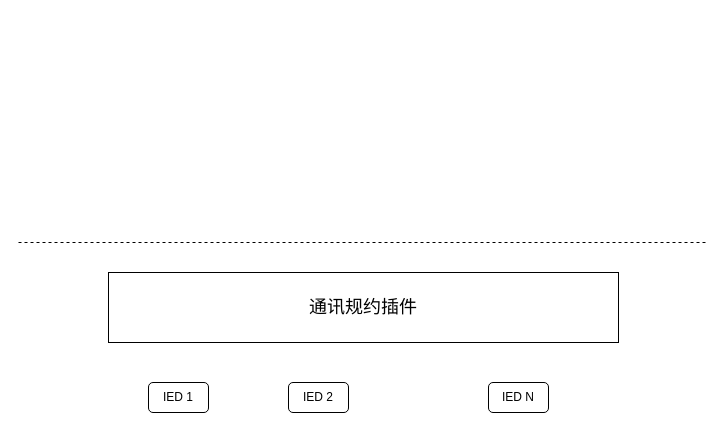
snake9906/GitHubTest keeps this draw.io diagram as 轻量化cbb.drawio. Above is the earlier version. Source tidied: cells renumbered, new cells numbered last; positions are measured from the earlier drawing's top-left corner, leaving out a move shared by most shapes. Both pictures are drawn from the tidied source at 100%, with x=0, y=0 at pixel (18, 242).
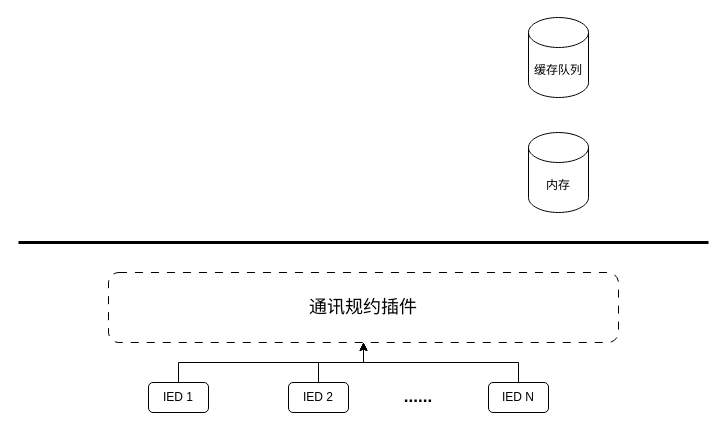
Above is the later version.

Commit message (it also covers changes not shown here):
更新轻量化cbb.drawio

Change to the diagram source:
```diff
@@
 <mxGraphModel>
   <root>
     <mxCell id="0" />
     <mxCell id="1" parent="0" />
-    <mxCell id="2" style="endArrow=none;dashed=1;html=1;rounded=0;" parent="1" edge="1">
+    <mxCell id="2" style="endArrow=none;html=1;rounded=0;strokeWidth=3;" parent="1" edge="1">
       <mxGeometry relative="1" as="geometry">
         <mxPoint as="sourcePoint" />
         <mxPoint x="690" as="targetPoint" />
       </mxGeometry>
     </mxCell>
-    <mxCell id="3" value="&lt;font style=&quot;font-size: 18px;&quot;&gt;通讯规约插件&lt;/font&gt;" style="rounded=0;whiteSpace=wrap;html=1;" parent="1" vertex="1">
+    <mxCell id="3" value="&lt;font style=&quot;font-size: 18px;&quot;&gt;通讯规约插件&lt;/font&gt;" style="rounded=1;whiteSpace=wrap;html=1;shadow=0;glass=0;dashed=1;dashPattern=8 8;" parent="1" vertex="1">
       <mxGeometry x="90" y="30" width="510" height="70" as="geometry" />
     </mxCell>
+    <mxCell id="7" style="edgeStyle=orthogonalEdgeStyle;rounded=0;jettySize=auto;html=1;" parent="1" edge="1" source="4" target="3">
+      <mxGeometry relative="1" as="geometry" />
+    </mxCell>
     <mxCell id="4" value="IED 1" style="rounded=1;whiteSpace=wrap;html=1;" parent="1" vertex="1">
       <mxGeometry x="130" y="140" width="60" height="30" as="geometry" />
     </mxCell>
+    <mxCell id="8" style="edgeStyle=orthogonalEdgeStyle;rounded=0;jettySize=auto;html=1;entryX=0.5;entryY=1;entryDx=0;entryDy=0;" parent="1" edge="1" source="5" target="3">
+      <mxGeometry relative="1" as="geometry" />
+    </mxCell>
     <mxCell id="5" value="IED 2" style="rounded=1;whiteSpace=wrap;html=1;" parent="1" vertex="1">
       <mxGeometry x="270" y="140" width="60" height="30" as="geometry" />
     </mxCell>
+    <mxCell id="9" style="edgeStyle=orthogonalEdgeStyle;rounded=0;jettySize=auto;html=1;entryX=0.5;entryY=1;entryDx=0;entryDy=0;" parent="1" edge="1" source="6" target="3">
+      <mxGeometry relative="1" as="geometry" />
+    </mxCell>
     <mxCell id="6" value="IED N" style="rounded=1;whiteSpace=wrap;html=1;" parent="1" vertex="1">
       <mxGeometry x="470" y="140" width="60" height="30" as="geometry" />
     </mxCell>
+    <mxCell id="10" value="&lt;font style=&quot;font-size: 17px;&quot;&gt;&lt;b&gt;......&lt;/b&gt;&lt;/font&gt;" style="text;html=1;align=center;verticalAlign=middle;whiteSpace=wrap;rounded=0;strokeWidth=3;" parent="1" vertex="1">
+      <mxGeometry x="370" y="140" width="60" height="30" as="geometry" />
+    </mxCell>
+    <mxCell id="11" value="内存" style="shape=cylinder3;whiteSpace=wrap;html=1;boundedLbl=1;backgroundOutline=1;size=15;" parent="1" vertex="1">
+      <mxGeometry x="510" y="-110" width="60" height="80" as="geometry" />
+    </mxCell>
+    <mxCell id="12" value="缓存队列" style="shape=cylinder3;whiteSpace=wrap;html=1;boundedLbl=1;backgroundOutline=1;size=15;" parent="1" vertex="1">
+      <mxGeometry x="510" y="-225" width="60" height="80" as="geometry" />
+    </mxCell>
   </root>
 </mxGraphModel>
```
